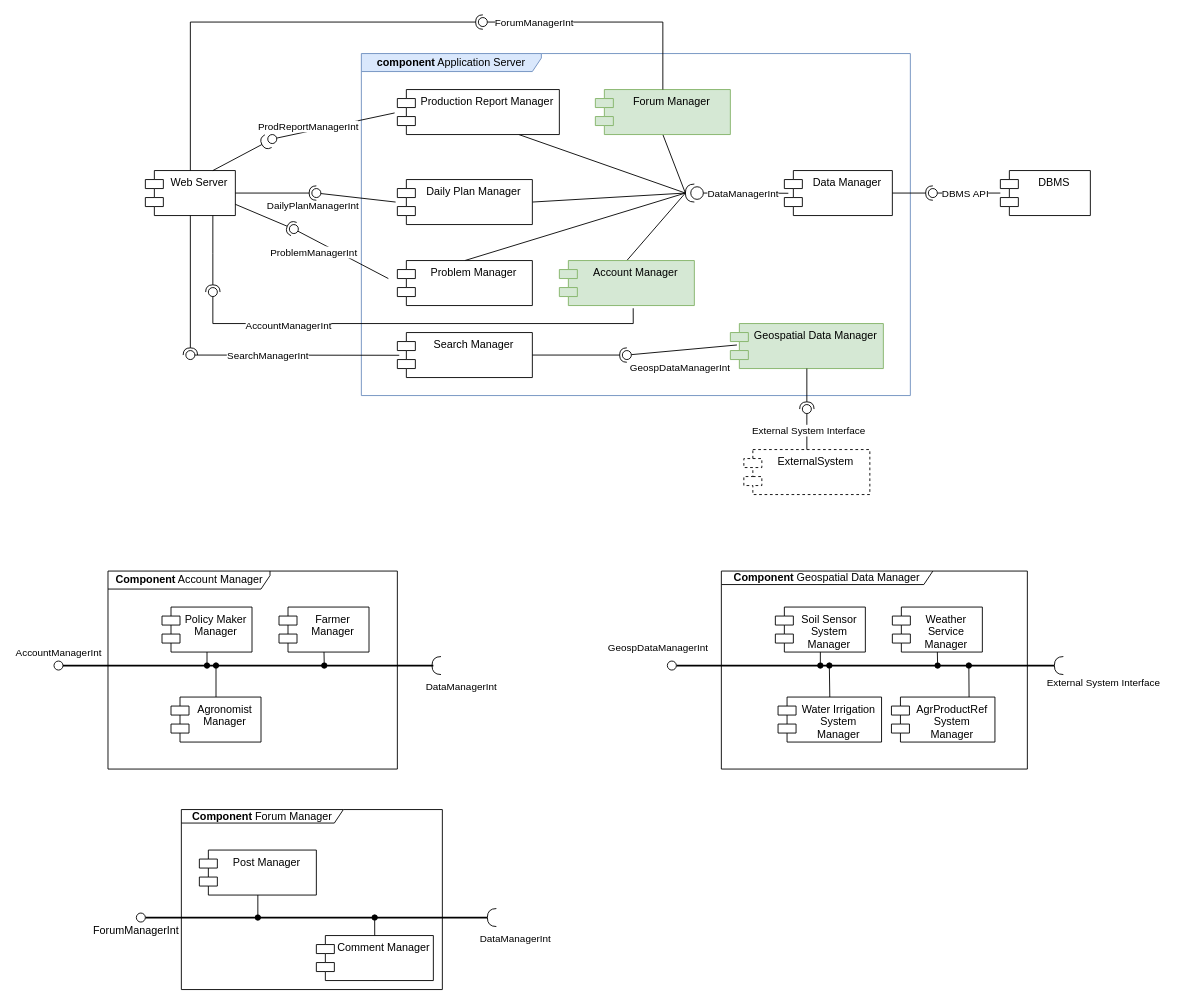
This is page "Application Server" (2 of 3) of DD/diagrams/component.drawio from ictar/DREAM-SE2-Project-2022, a draw.io file, before an edit. Source tidied: cells renumbered, new cells numbered last; positions are measured from the earlier drawing's top-left corner, leaving out a move shared by most shapes. Both pictures are drawn from the tidied source at 90%, with x=0, y=0 at pixel (32, 17).
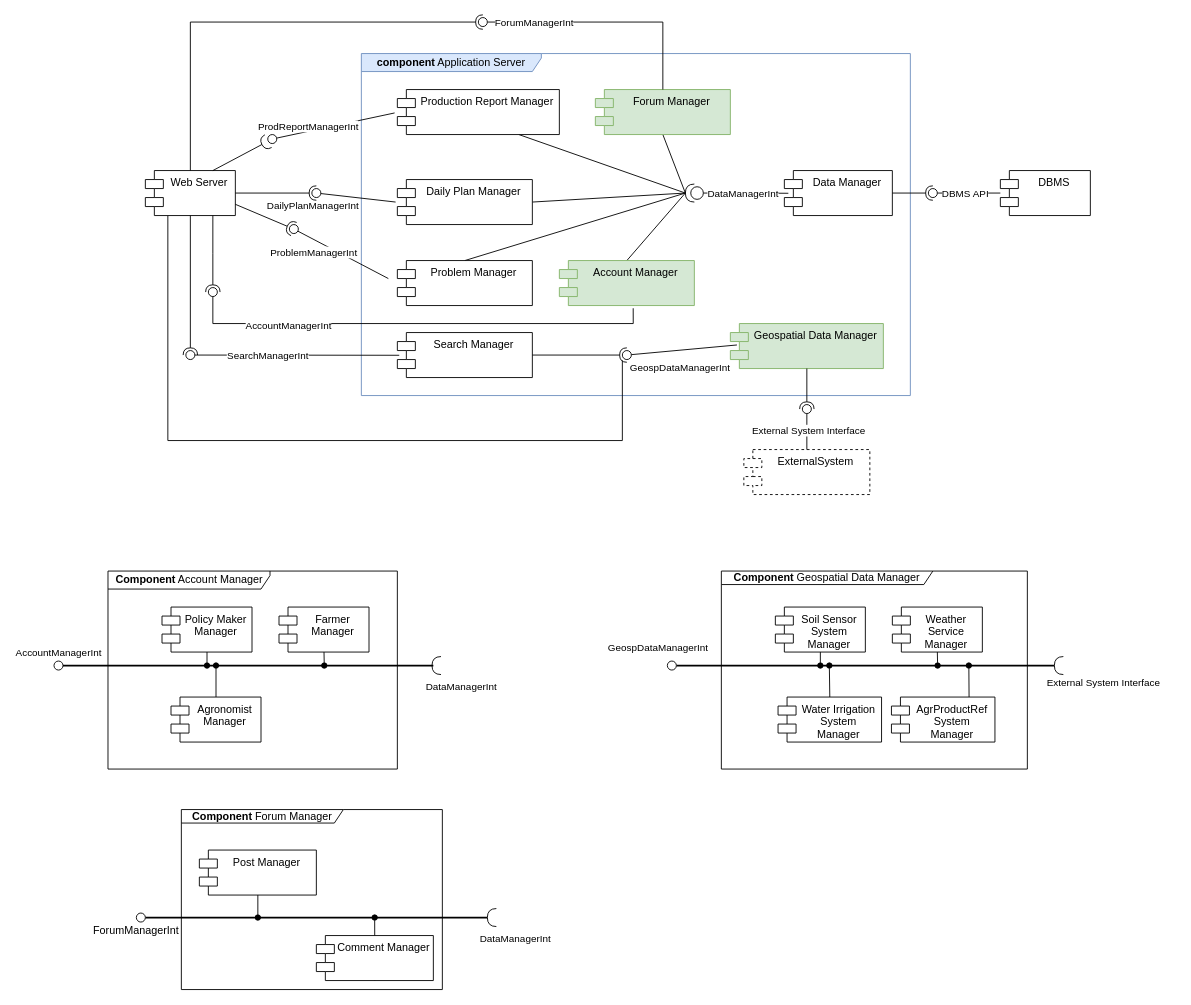
The same diagram, later.

Unchanged cells that the change refers to:
```xml
<mxCell id="20" value="Web Server" style="shape=module;align=left;spacingLeft=20;align=center;verticalAlign=top;" parent="1" vertex="1">
  <mxGeometry x="126" y="170" width="100" height="50" as="geometry" />
</mxCell>
```

The edit, as a diff of the source:
```diff
@@
+    <mxCell id="96" style="edgeStyle=orthogonalEdgeStyle;rounded=0;jettySize=auto;html=1;exitX=0.25;exitY=1;exitDx=0;exitDy=0;endArrow=none;endFill=0;" parent="1" edge="1" source="20">
+      <mxGeometry relative="1" as="geometry">
+        <mxPoint x="656" y="381" as="targetPoint" />
+        <Array as="points">
+          <mxPoint x="151" y="470" />
+          <mxPoint x="656" y="470" />
+        </Array>
+      </mxGeometry>
+    </mxCell>
```
